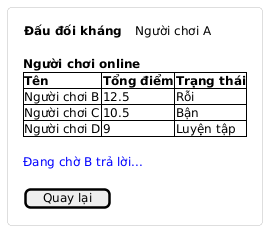
VattenL/mobile-pikachu keeps this PlantUML diagram as docs/uml/pha3/ui-m4-lobby.png. Above is the earlier version. Source of this version:
```plantuml
@startuml
skinparam shadowing false
skinparam defaultFontSize 12
skinparam defaultFontColor #333333
skinparam rectangle {
  BackgroundColor #FFFFFF
  BorderColor #BDBDBD
  RoundCorner 8
}

rectangle Lobby [
{{salt
{
  { <b>Đấu đối kháng | . | . | Người chơi A }
  .
  <b>Người chơi online
  {#
    <b>Tên | <b>Tổng điểm | <b>Trạng thái
    Người chơi B | 12.5 | Rỗi
    Người chơi C | 10.5 | Bận
    Người chơi D | 9 | Luyện tập
  }
  .
  <color:blue>Đang chờ B trả lời...
  .
  [ Quay lại ]
}
}}
]
@enduml
```
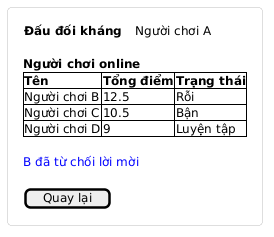
Above is the later version.

What changed in the source:
```diff
@@ -21,7 +21,7 @@
     Người chơi D | 9 | Luyện tập
   }
   .
-  <color:blue>Đang chờ B trả lời...
+  <color:blue>B đã từ chối lời mời
   .
   [ Quay lại ]
 }
```
